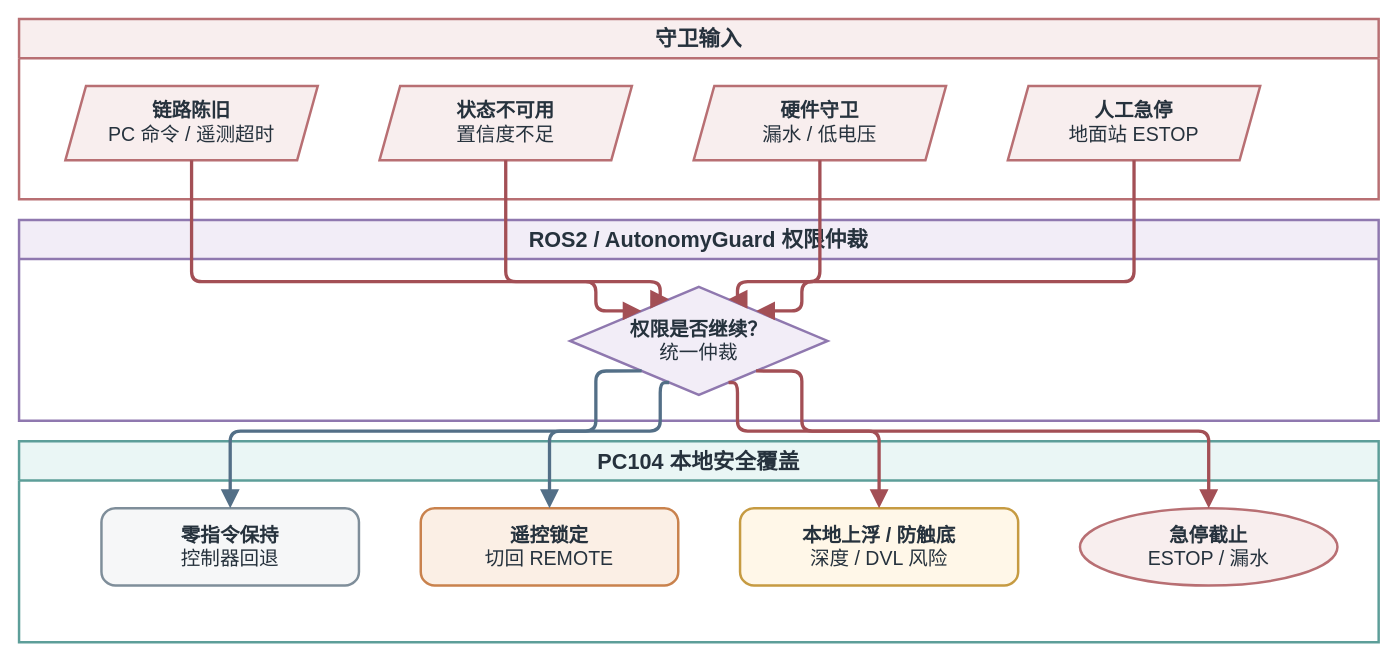
The draw.io diagram docs/thesis/figures/architecture/auv_v2_emergency_transition.drawio in 360ZMEM/AUV-Master-Project, before the edit. Source tidied: cells renumbered, new cells numbered last; positions are measured from the earlier drawing's top-left corner, leaving out a move shared by most shapes. Both pictures are drawn from the tidied source at 103%, with x=0, y=0 at pixel (19, 19).
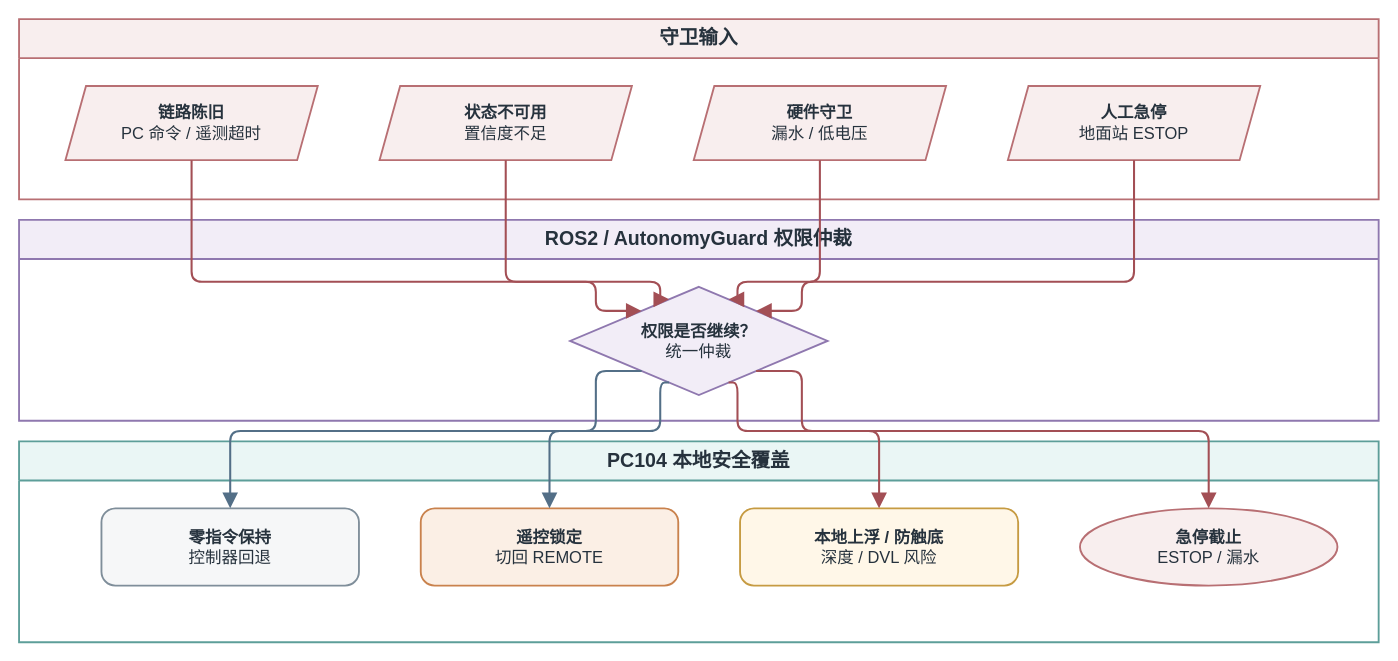
Above is the later version.

The edit, as a diff of the source:
```diff
@@
-    <mxCell id="2" value="守卫输入" style="swimlane;whiteSpace=wrap;html=1;startSize=38;rounded=0;fillColor=#F8EEEE;strokeColor=#B86F73;strokeWidth=2.4;fontFamily=Songti SC;fontSize=21;fontStyle=1;fontColor=#26323D;" parent="1" vertex="1">
+    <mxCell id="2" value="守卫输入" style="swimlane;whiteSpace=wrap;html=1;startSize=38;rounded=0;fillColor=#F8EEEE;strokeColor=#B86F73;strokeWidth=1.8;fontFamily=Songti SC;fontSize=19;fontStyle=1;fontColor=#26323D;" parent="1" vertex="1">
       <mxGeometry width="1320" height="175" as="geometry" />
     </mxCell>
-    <mxCell id="3" value="ROS2 / AutonomyGuard 权限仲裁" style="swimlane;whiteSpace=wrap;html=1;startSize=38;rounded=0;fillColor=#F2EDF7;strokeColor=#8F78AF;strokeWidth=2.4;fontFamily=Songti SC;fontSize=21;fontStyle=1;fontColor=#26323D;" parent="1" vertex="1">
+    <mxCell id="3" value="ROS2 / AutonomyGuard 权限仲裁" style="swimlane;whiteSpace=wrap;html=1;startSize=38;rounded=0;fillColor=#F2EDF7;strokeColor=#8F78AF;strokeWidth=1.8;fontFamily=Songti SC;fontSize=19;fontStyle=1;fontColor=#26323D;" parent="1" vertex="1">
       <mxGeometry y="195" width="1320" height="195" as="geometry" />
     </mxCell>
-    <mxCell id="4" value="PC104 本地安全覆盖" style="swimlane;whiteSpace=wrap;html=1;startSize=38;rounded=0;fillColor=#EAF6F5;strokeColor=#5D9E99;strokeWidth=2.4;fontFamily=Songti SC;fontSize=21;fontStyle=1;fontColor=#26323D;" parent="1" vertex="1">
+    <mxCell id="4" value="PC104 本地安全覆盖" style="swimlane;whiteSpace=wrap;html=1;startSize=38;rounded=0;fillColor=#EAF6F5;strokeColor=#5D9E99;strokeWidth=1.8;fontFamily=Songti SC;fontSize=19;fontStyle=1;fontColor=#26323D;" parent="1" vertex="1">
       <mxGeometry y="410" width="1320" height="195" as="geometry" />
     </mxCell>
-    <mxCell id="5" value="&lt;b&gt;链路陈旧&lt;/b&gt;&lt;br&gt;PC 命令 / 遥测超时" style="shape=parallelogram;perimeter=parallelogramPerimeter;fixedSize=1;whiteSpace=wrap;html=1;align=center;verticalAlign=middle;fillColor=#F8EEEE;strokeColor=#B86F73;strokeWidth=2.4;spacing=8;fontFamily=Songti SC;fontSize=19;fontColor=#26323D;" parent="2" vertex="1">
+    <mxCell id="5" value="&lt;b&gt;链路陈旧&lt;/b&gt;&lt;br&gt;PC 命令 / 遥测超时" style="shape=parallelogram;perimeter=parallelogramPerimeter;fixedSize=1;whiteSpace=wrap;html=1;align=center;verticalAlign=middle;fillColor=#F8EEEE;strokeColor=#B86F73;strokeWidth=1.8;spacing=8;fontFamily=Songti SC;fontSize=16;fontColor=#26323D;" parent="2" vertex="1">
       <mxGeometry x="45" y="65" width="245" height="72" as="geometry" />
     </mxCell>
-    <mxCell id="6" value="&lt;b&gt;状态不可用&lt;/b&gt;&lt;br&gt;置信度不足" style="shape=parallelogram;perimeter=parallelogramPerimeter;fixedSize=1;whiteSpace=wrap;html=1;align=center;verticalAlign=middle;fillColor=#F8EEEE;strokeColor=#B86F73;strokeWidth=2.4;spacing=8;fontFamily=Songti SC;fontSize=19;fontColor=#26323D;" parent="2" vertex="1">
+    <mxCell id="6" value="&lt;b&gt;状态不可用&lt;/b&gt;&lt;br&gt;置信度不足" style="shape=parallelogram;perimeter=parallelogramPerimeter;fixedSize=1;whiteSpace=wrap;html=1;align=center;verticalAlign=middle;fillColor=#F8EEEE;strokeColor=#B86F73;strokeWidth=1.8;spacing=8;fontFamily=Songti SC;fontSize=16;fontColor=#26323D;" parent="2" vertex="1">
       <mxGeometry x="350" y="65" width="245" height="72" as="geometry" />
     </mxCell>
-    <mxCell id="7" value="&lt;b&gt;硬件守卫&lt;/b&gt;&lt;br&gt;漏水 / 低电压" style="shape=parallelogram;perimeter=parallelogramPerimeter;fixedSize=1;whiteSpace=wrap;html=1;align=center;verticalAlign=middle;fillColor=#F8EEEE;strokeColor=#B86F73;strokeWidth=2.4;spacing=8;fontFamily=Songti SC;fontSize=19;fontColor=#26323D;" parent="2" vertex="1">
+    <mxCell id="7" value="&lt;b&gt;硬件守卫&lt;/b&gt;&lt;br&gt;漏水 / 低电压" style="shape=parallelogram;perimeter=parallelogramPerimeter;fixedSize=1;whiteSpace=wrap;html=1;align=center;verticalAlign=middle;fillColor=#F8EEEE;strokeColor=#B86F73;strokeWidth=1.8;spacing=8;fontFamily=Songti SC;fontSize=16;fontColor=#26323D;" parent="2" vertex="1">
       <mxGeometry x="655" y="65" width="245" height="72" as="geometry" />
     </mxCell>
-    <mxCell id="8" value="&lt;b&gt;人工急停&lt;/b&gt;&lt;br&gt;地面站 ESTOP" style="shape=parallelogram;perimeter=parallelogramPerimeter;fixedSize=1;whiteSpace=wrap;html=1;align=center;verticalAlign=middle;fillColor=#F8EEEE;strokeColor=#B86F73;strokeWidth=2.4;spacing=8;fontFamily=Songti SC;fontSize=19;fontColor=#26323D;" parent="2" vertex="1">
+    <mxCell id="8" value="&lt;b&gt;人工急停&lt;/b&gt;&lt;br&gt;地面站 ESTOP" style="shape=parallelogram;perimeter=parallelogramPerimeter;fixedSize=1;whiteSpace=wrap;html=1;align=center;verticalAlign=middle;fillColor=#F8EEEE;strokeColor=#B86F73;strokeWidth=1.8;spacing=8;fontFamily=Songti SC;fontSize=16;fontColor=#26323D;" parent="2" vertex="1">
       <mxGeometry x="960" y="65" width="245" height="72" as="geometry" />
     </mxCell>
-    <mxCell id="9" value="&lt;b&gt;权限是否继续？&lt;/b&gt;&lt;br&gt;统一仲裁" style="rhombus;whiteSpace=wrap;html=1;align=center;verticalAlign=middle;fillColor=#F2EDF7;strokeColor=#8F78AF;strokeWidth=2.4;spacing=8;fontFamily=Songti SC;fontSize=19;fontColor=#26323D;" parent="3" vertex="1">
+    <mxCell id="9" value="&lt;b&gt;权限是否继续？&lt;/b&gt;&lt;br&gt;统一仲裁" style="rhombus;whiteSpace=wrap;html=1;align=center;verticalAlign=middle;fillColor=#F2EDF7;strokeColor=#8F78AF;strokeWidth=1.8;spacing=8;fontFamily=Songti SC;fontSize=16;fontColor=#26323D;" parent="3" vertex="1">
       <mxGeometry x="535" y="65" width="250" height="105" as="geometry" />
     </mxCell>
-    <mxCell id="10" value="&lt;b&gt;零指令保持&lt;/b&gt;&lt;br&gt;控制器回退" style="rounded=1;arcSize=18;whiteSpace=wrap;html=1;align=center;verticalAlign=middle;fillColor=#F6F7F8;strokeColor=#7F8E9A;strokeWidth=2.4;spacing=8;fontFamily=Songti SC;fontSize=19;fontColor=#26323D;" parent="4" vertex="1">
+    <mxCell id="10" value="&lt;b&gt;零指令保持&lt;/b&gt;&lt;br&gt;控制器回退" style="rounded=1;arcSize=18;whiteSpace=wrap;html=1;align=center;verticalAlign=middle;fillColor=#F6F7F8;strokeColor=#7F8E9A;strokeWidth=1.8;spacing=8;fontFamily=Songti SC;fontSize=16;fontColor=#26323D;" parent="4" vertex="1">
       <mxGeometry x="80" y="65" width="250" height="75" as="geometry" />
     </mxCell>
-    <mxCell id="11" value="&lt;b&gt;遥控锁定&lt;/b&gt;&lt;br&gt;切回 REMOTE" style="rounded=1;arcSize=18;whiteSpace=wrap;html=1;align=center;verticalAlign=middle;fillColor=#FBEFE5;strokeColor=#C9824D;strokeWidth=2.4;spacing=8;fontFamily=Songti SC;fontSize=19;fontColor=#26323D;" parent="4" vertex="1">
+    <mxCell id="11" value="&lt;b&gt;遥控锁定&lt;/b&gt;&lt;br&gt;切回 REMOTE" style="rounded=1;arcSize=18;whiteSpace=wrap;html=1;align=center;verticalAlign=middle;fillColor=#FBEFE5;strokeColor=#C9824D;strokeWidth=1.8;spacing=8;fontFamily=Songti SC;fontSize=16;fontColor=#26323D;" parent="4" vertex="1">
       <mxGeometry x="390" y="65" width="250" height="75" as="geometry" />
     </mxCell>
-    <mxCell id="12" value="&lt;b&gt;本地上浮 / 防触底&lt;/b&gt;&lt;br&gt;深度 / DVL 风险" style="rounded=1;arcSize=18;whiteSpace=wrap;html=1;align=center;verticalAlign=middle;fillColor=#FFF7E8;strokeColor=#C69B42;strokeWidth=2.4;spacing=8;fontFamily=Songti SC;fontSize=19;fontColor=#26323D;" parent="4" vertex="1">
+    <mxCell id="12" value="&lt;b&gt;本地上浮 / 防触底&lt;/b&gt;&lt;br&gt;深度 / DVL 风险" style="rounded=1;arcSize=18;whiteSpace=wrap;html=1;align=center;verticalAlign=middle;fillColor=#FFF7E8;strokeColor=#C69B42;strokeWidth=1.8;spacing=8;fontFamily=Songti SC;fontSize=16;fontColor=#26323D;" parent="4" vertex="1">
       <mxGeometry x="700" y="65" width="270" height="75" as="geometry" />
     </mxCell>
-    <mxCell id="13" value="&lt;b&gt;急停截止&lt;/b&gt;&lt;br&gt;ESTOP / 漏水" style="ellipse;whiteSpace=wrap;html=1;align=center;verticalAlign=middle;fillColor=#F8EEEE;strokeColor=#B86F73;strokeWidth=2.4;spacing=8;fontFamily=Songti SC;fontSize=19;fontColor=#26323D;" parent="4" vertex="1">
+    <mxCell id="13" value="&lt;b&gt;急停截止&lt;/b&gt;&lt;br&gt;ESTOP / 漏水" style="ellipse;whiteSpace=wrap;html=1;align=center;verticalAlign=middle;fillColor=#F8EEEE;strokeColor=#B86F73;strokeWidth=1.8;spacing=8;fontFamily=Songti SC;fontSize=16;fontColor=#26323D;" parent="4" vertex="1">
       <mxGeometry x="1030" y="65" width="250" height="75" as="geometry" />
     </mxCell>
-    <mxCell id="14" style="edgeStyle=orthogonalEdgeStyle;rounded=1;jettySize=auto;html=1;strokeColor=#A34F55;strokeWidth=3.2;fontFamily=Songti SC;fontSize=18;fontStyle=1;fontColor=#25384A;labelBackgroundColor=#FFFFFF;labelBorderColor=none;endArrow=block;endFill=1;endSize=10;exitX=0.5;exitY=1;entryX=0.1;entryY=0;" parent="1" edge="1" source="5" target="9">
+    <mxCell id="14" style="edgeStyle=orthogonalEdgeStyle;rounded=1;jettySize=auto;html=1;strokeColor=#A34F55;strokeWidth=2.0;fontFamily=Songti SC;fontSize=14;fontStyle=1;fontColor=#25384A;labelBackgroundColor=#FFFFFF;labelBorderColor=none;endArrow=block;endFill=1;endSize=10;exitX=0.5;exitY=1;entryX=0.1;entryY=0;" parent="1" edge="1" source="5" target="9">
       <mxGeometry relative="1" as="geometry">
         <Array as="points">
           <mxPoint x="168" y="255" />
           <mxPoint x="560" y="255" />
         </Array>
       </mxGeometry>
     </mxCell>
-    <mxCell id="15" style="edgeStyle=orthogonalEdgeStyle;rounded=1;jettySize=auto;html=1;strokeColor=#A34F55;strokeWidth=3.2;fontFamily=Songti SC;fontSize=18;fontStyle=1;fontColor=#25384A;labelBackgroundColor=#FFFFFF;labelBorderColor=none;endArrow=block;endFill=1;endSize=10;exitX=0.5;exitY=1;entryX=0.35;entryY=0;" parent="1" edge="1" source="6" target="9">
+    <mxCell id="15" style="edgeStyle=orthogonalEdgeStyle;rounded=1;jettySize=auto;html=1;strokeColor=#A34F55;strokeWidth=2.0;fontFamily=Songti SC;fontSize=14;fontStyle=1;fontColor=#25384A;labelBackgroundColor=#FFFFFF;labelBorderColor=none;endArrow=block;endFill=1;endSize=10;exitX=0.5;exitY=1;entryX=0.35;entryY=0;" parent="1" edge="1" source="6" target="9">
       <mxGeometry relative="1" as="geometry">
         <Array as="points">
           <mxPoint x="473" y="255" />
           <mxPoint x="622.5" y="255" />
         </Array>
       </mxGeometry>
     </mxCell>
-    <mxCell id="16" style="edgeStyle=orthogonalEdgeStyle;rounded=1;jettySize=auto;html=1;strokeColor=#A34F55;strokeWidth=3.2;fontFamily=Songti SC;fontSize=18;fontStyle=1;fontColor=#25384A;labelBackgroundColor=#FFFFFF;labelBorderColor=none;endArrow=block;endFill=1;endSize=10;exitX=0.5;exitY=1;entryX=0.65;entryY=0;" parent="1" edge="1" source="7" target="9">
+    <mxCell id="16" style="edgeStyle=orthogonalEdgeStyle;rounded=1;jettySize=auto;html=1;strokeColor=#A34F55;strokeWidth=2.0;fontFamily=Songti SC;fontSize=14;fontStyle=1;fontColor=#25384A;labelBackgroundColor=#FFFFFF;labelBorderColor=none;endArrow=block;endFill=1;endSize=10;exitX=0.5;exitY=1;entryX=0.65;entryY=0;" parent="1" edge="1" source="7" target="9">
       <mxGeometry relative="1" as="geometry">
         <Array as="points">
           <mxPoint x="778" y="255" />
           <mxPoint x="697.5" y="255" />
         </Array>
       </mxGeometry>
     </mxCell>
-    <mxCell id="17" style="edgeStyle=orthogonalEdgeStyle;rounded=1;jettySize=auto;html=1;strokeColor=#A34F55;strokeWidth=3.2;fontFamily=Songti SC;fontSize=18;fontStyle=1;fontColor=#25384A;labelBackgroundColor=#FFFFFF;labelBorderColor=none;endArrow=block;endFill=1;endSize=10;exitX=0.5;exitY=1;entryX=0.9;entryY=0;" parent="1" edge="1" source="8" target="9">
+    <mxCell id="17" style="edgeStyle=orthogonalEdgeStyle;rounded=1;jettySize=auto;html=1;strokeColor=#A34F55;strokeWidth=2.0;fontFamily=Songti SC;fontSize=14;fontStyle=1;fontColor=#25384A;labelBackgroundColor=#FFFFFF;labelBorderColor=none;endArrow=block;endFill=1;endSize=10;exitX=0.5;exitY=1;entryX=0.9;entryY=0;" parent="1" edge="1" source="8" target="9">
       <mxGeometry relative="1" as="geometry">
         <Array as="points">
           <mxPoint x="1083" y="255" />
           <mxPoint x="760" y="255" />
         </Array>
       </mxGeometry>
     </mxCell>
-    <mxCell id="18" style="edgeStyle=orthogonalEdgeStyle;rounded=1;jettySize=auto;html=1;strokeColor=#536F87;strokeWidth=3.2;fontFamily=Songti SC;fontSize=18;fontStyle=1;fontColor=#25384A;labelBackgroundColor=#FFFFFF;labelBorderColor=none;endArrow=block;endFill=1;endSize=10;exitX=0.1;exitY=1;entryX=0.5;entryY=0;" parent="1" edge="1" source="9" target="10">
+    <mxCell id="18" style="edgeStyle=orthogonalEdgeStyle;rounded=1;jettySize=auto;html=1;strokeColor=#536F87;strokeWidth=2.0;fontFamily=Songti SC;fontSize=14;fontStyle=1;fontColor=#25384A;labelBackgroundColor=#FFFFFF;labelBorderColor=none;endArrow=block;endFill=1;endSize=10;exitX=0.1;exitY=1;entryX=0.5;entryY=0;" parent="1" edge="1" source="9" target="10">
       <mxGeometry relative="1" as="geometry">
         <Array as="points">
           <mxPoint x="560" y="400" />
           <mxPoint x="205" y="400" />
         </Array>
       </mxGeometry>
     </mxCell>
-    <mxCell id="19" style="edgeStyle=orthogonalEdgeStyle;rounded=1;jettySize=auto;html=1;strokeColor=#536F87;strokeWidth=3.2;fontFamily=Songti SC;fontSize=18;fontStyle=1;fontColor=#25384A;labelBackgroundColor=#FFFFFF;labelBorderColor=none;endArrow=block;endFill=1;endSize=10;exitX=0.35;exitY=1;entryX=0.5;entryY=0;" parent="1" edge="1" source="9" target="11">
+    <mxCell id="19" style="edgeStyle=orthogonalEdgeStyle;rounded=1;jettySize=auto;html=1;strokeColor=#536F87;strokeWidth=2.0;fontFamily=Songti SC;fontSize=14;fontStyle=1;fontColor=#25384A;labelBackgroundColor=#FFFFFF;labelBorderColor=none;endArrow=block;endFill=1;endSize=10;exitX=0.35;exitY=1;entryX=0.5;entryY=0;" parent="1" edge="1" source="9" target="11">
       <mxGeometry relative="1" as="geometry">
         <Array as="points">
           <mxPoint x="622.5" y="400" />
           <mxPoint x="515" y="400" />
         </Array>
       </mxGeometry>
     </mxCell>
-    <mxCell id="20" style="edgeStyle=orthogonalEdgeStyle;rounded=1;jettySize=auto;html=1;strokeColor=#A34F55;strokeWidth=3.2;fontFamily=Songti SC;fontSize=18;fontStyle=1;fontColor=#25384A;labelBackgroundColor=#FFFFFF;labelBorderColor=none;endArrow=block;endFill=1;endSize=10;exitX=0.65;exitY=1;entryX=0.5;entryY=0;" parent="1" edge="1" source="9" target="12">
+    <mxCell id="20" style="edgeStyle=orthogonalEdgeStyle;rounded=1;jettySize=auto;html=1;strokeColor=#A34F55;strokeWidth=2.0;fontFamily=Songti SC;fontSize=14;fontStyle=1;fontColor=#25384A;labelBackgroundColor=#FFFFFF;labelBorderColor=none;endArrow=block;endFill=1;endSize=10;exitX=0.65;exitY=1;entryX=0.5;entryY=0;" parent="1" edge="1" source="9" target="12">
       <mxGeometry relative="1" as="geometry">
         <Array as="points">
           <mxPoint x="697.5" y="400" />
           <mxPoint x="835" y="400" />
         </Array>
       </mxGeometry>
     </mxCell>
-    <mxCell id="21" style="edgeStyle=orthogonalEdgeStyle;rounded=1;jettySize=auto;html=1;strokeColor=#A34F55;strokeWidth=3.2;fontFamily=Songti SC;fontSize=18;fontStyle=1;fontColor=#25384A;labelBackgroundColor=#FFFFFF;labelBorderColor=none;endArrow=block;endFill=1;endSize=10;exitX=0.9;exitY=1;entryX=0.5;entryY=0;" parent="1" edge="1" source="9" target="13">
+    <mxCell id="21" style="edgeStyle=orthogonalEdgeStyle;rounded=1;jettySize=auto;html=1;strokeColor=#A34F55;strokeWidth=2.0;fontFamily=Songti SC;fontSize=14;fontStyle=1;fontColor=#25384A;labelBackgroundColor=#FFFFFF;labelBorderColor=none;endArrow=block;endFill=1;endSize=10;exitX=0.9;exitY=1;entryX=0.5;entryY=0;" parent="1" edge="1" source="9" target="13">
       <mxGeometry relative="1" as="geometry">
         <Array as="points">
           <mxPoint x="760" y="400" />
           <mxPoint x="1155" y="400" />
         </Array>
       </mxGeometry>
     </mxCell>
```
